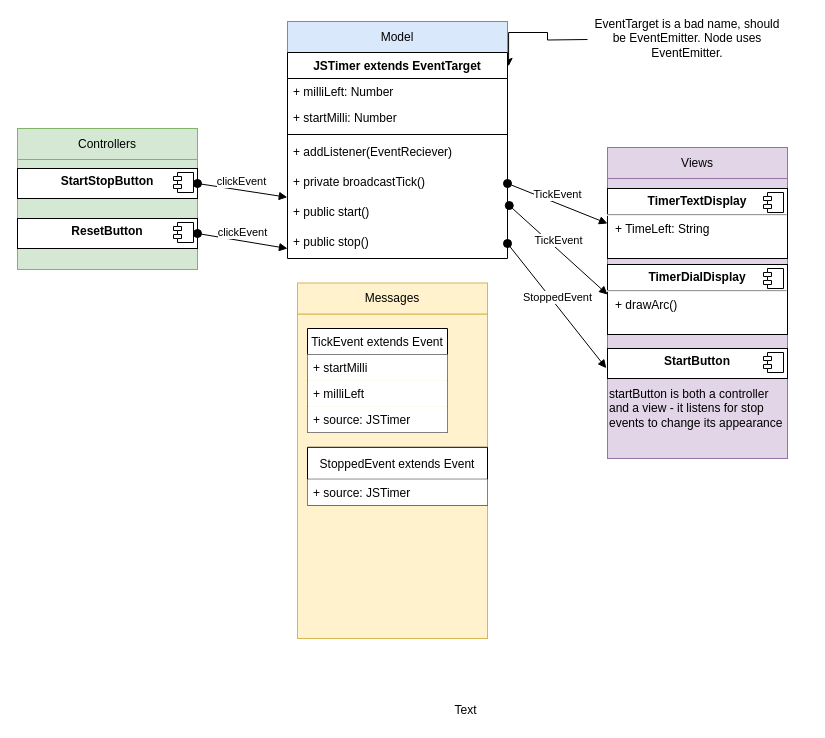
The draw.io diagram js-stopwatch.drawio in dirtslayer/js-stopwatch, before the edit. Source tidied: cells renumbered, new cells numbered last; positions are measured from the earlier drawing's top-left corner, leaving out a move shared by most shapes. Both pictures are drawn from the tidied source at 100%, with x=0, y=0 at pixel (17, 21).
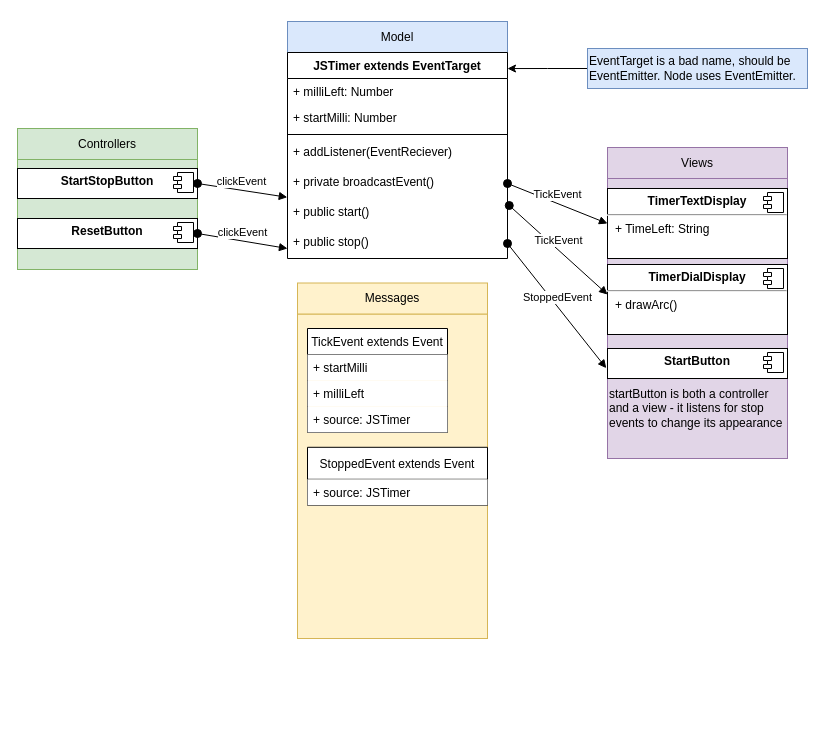
Above is the later version.

The change refers to these unchanged cells:
```xml
<mxCell id="30" value="JSTimer extends EventTarget" style="swimlane;fontStyle=1;align=center;verticalAlign=top;horizontal=1;startSize=26;" parent="1" vertex="1">
  <mxGeometry x="270" y="31" width="220" height="206" as="geometry" />
</mxCell>
```

Change to the diagram source:
```diff
@@
-    <mxCell id="20" style="edgeStyle=orthogonalEdgeStyle;rounded=0;jettySize=auto;html=1;fontColor=#000000;entryX=1.005;entryY=0.067;entryDx=0;entryDy=0;entryPerimeter=0;" parent="1" edge="1" target="30">
-      <mxGeometry relative="1" as="geometry">
-        <mxPoint x="570" y="18" as="sourcePoint" />
-      </mxGeometry>
-    </mxCell>
@@
-    <mxCell id="35" value="+ private broadcastTick()&#10;&#10;" style="text;strokeColor=none;fillColor=none;align=left;verticalAlign=top;spacingLeft=4;spacingRight=4;overflow=hidden;points=[[0,0.5],[1,0.5]];portConstraint=eastwest;" parent="30" vertex="1">
+    <mxCell id="35" value="+ private broadcastEvent()&#10;&#10;" style="text;strokeColor=none;fillColor=none;align=left;verticalAlign=top;spacingLeft=4;spacingRight=4;overflow=hidden;points=[[0,0.5],[1,0.5]];portConstraint=eastwest;" parent="30" vertex="1">
       <mxGeometry y="116" width="220" height="30" as="geometry" />
     </mxCell>
@@
-    <mxCell id="38" value="Text" style="text;html=1;align=center;verticalAlign=middle;fontColor=#000000;" parent="1" vertex="1">
-      <mxGeometry x="428" y="679" width="40" height="20" as="geometry" />
-    </mxCell>
+    <mxCell id="42" style="edgeStyle=orthogonalEdgeStyle;rounded=0;jettySize=auto;html=1;entryX=1;entryY=0.078;entryDx=0;entryDy=0;entryPerimeter=0;fontColor=#000000;" parent="1" edge="1" source="39" target="30">
+      <mxGeometry relative="1" as="geometry" />
+    </mxCell>
-    <mxCell id="39" value="EventTarget is a bad name, should be EventEmitter. Node uses EventEmitter." style="text;html=1;strokeColor=none;fillColor=none;align=center;verticalAlign=middle;whiteSpace=wrap;rounded=0;labelBackgroundColor=none;fontColor=#000000;" parent="1" vertex="1">
-      <mxGeometry x="570" y="7" width="200" height="20" as="geometry" />
+    <mxCell id="39" value="EventTarget is a bad name, should be EventEmitter. Node uses EventEmitter." style="text;html=1;strokeColor=#6c8ebf;fillColor=#dae8fc;align=left;verticalAlign=middle;whiteSpace=wrap;rounded=0;labelBackgroundColor=none;" parent="1" vertex="1">
+      <mxGeometry x="570" y="27" width="220" height="40" as="geometry" />
     </mxCell>
```
